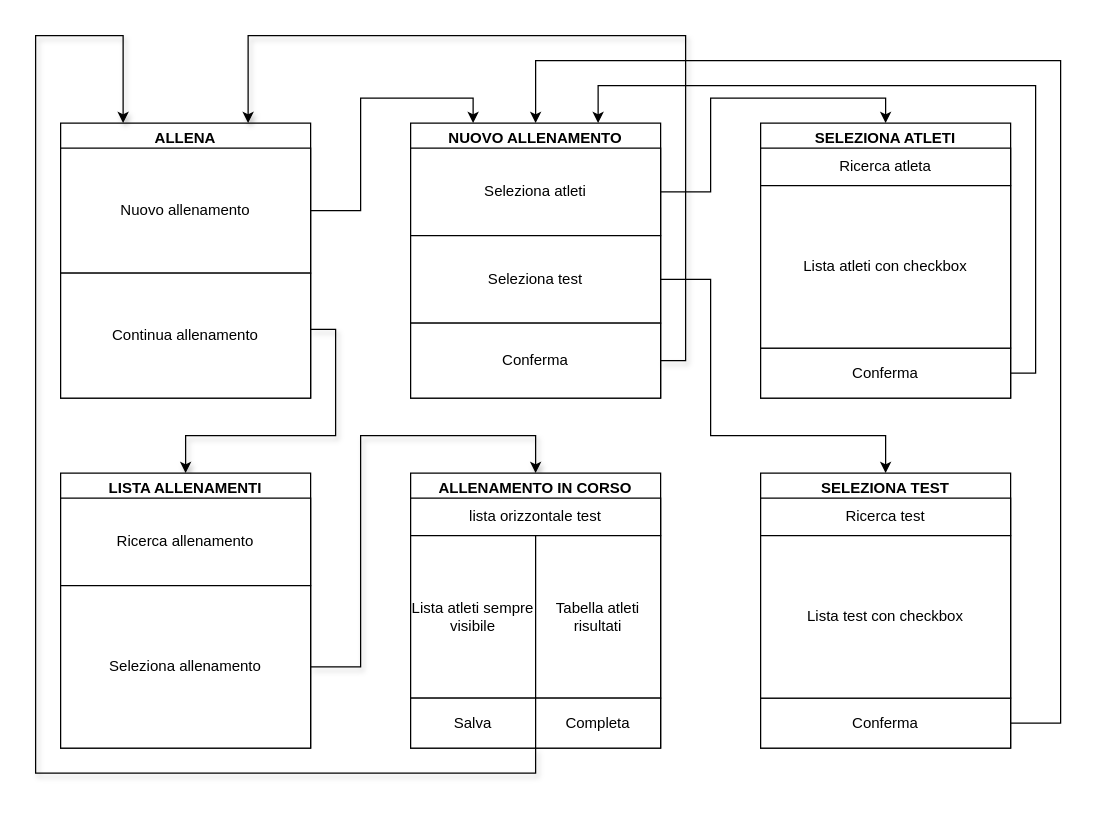
This is page "Allena" (1 of 2) of docs/layouts.drawio from Chicco94/gestione-atleti, a draw.io file, before an edit. Source tidied: cells renumbered, new cells numbered last; positions are measured from the earlier drawing's top-left corner, leaving out a move shared by most shapes. Both pictures are drawn from the tidied source at 125%, with x=0, y=0 at pixel (35, 35).
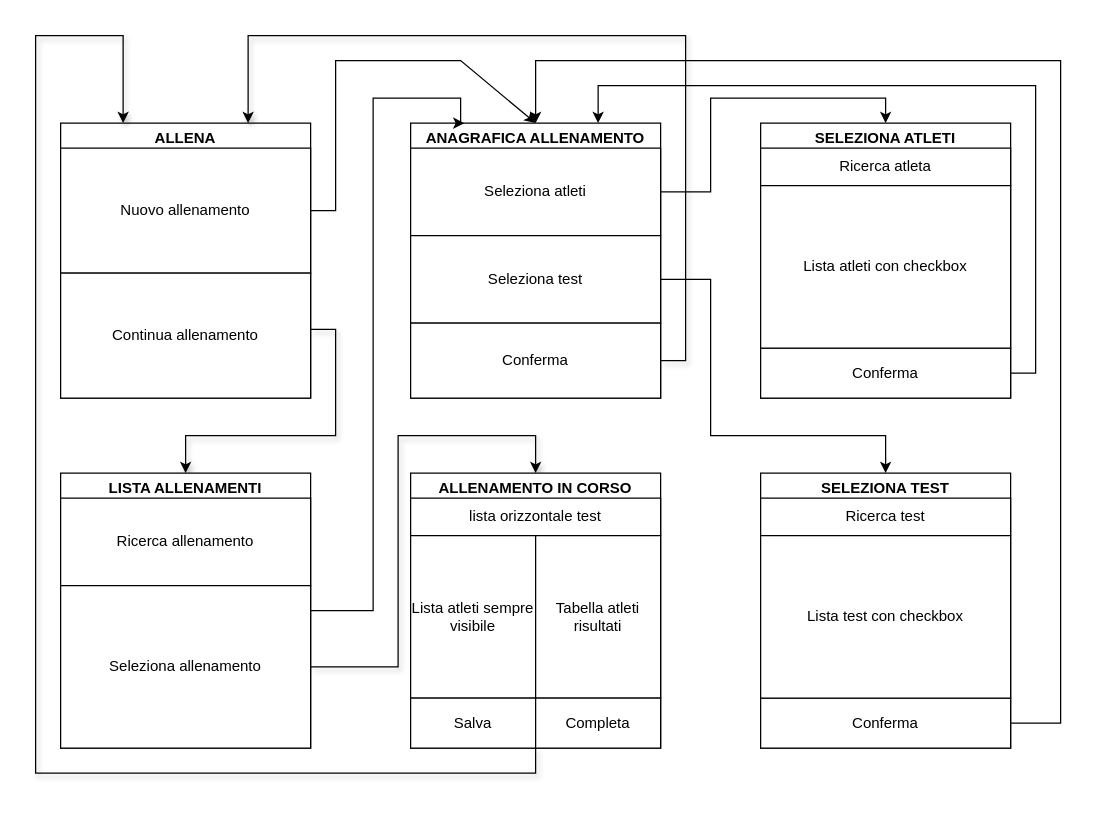
After the change.

Unchanged cells that the change refers to:
```xml
<mxCell id="5" value="Nuovo allenamento" style="rounded=0;whiteSpace=wrap;html=1;" parent="4" vertex="1">
  <mxGeometry y="20" width="200" height="100" as="geometry" />
</mxCell>
<mxCell id="26" value="ALLENAMENTO IN CORSO" style="swimlane;" parent="1" vertex="1">
  <mxGeometry x="300" y="350" width="200" height="220" as="geometry" />
</mxCell>
<mxCell id="32" value="LISTA ALLENAMENTI" style="swimlane;" parent="1" vertex="1">
  <mxGeometry x="20" y="350" width="200" height="220" as="geometry" />
</mxCell>
<mxCell id="34" value="Seleziona allenamento" style="rounded=0;whiteSpace=wrap;html=1;" parent="32" vertex="1">
  <mxGeometry y="90" width="200" height="130" as="geometry" />
</mxCell>
```

What changed in the source:
```diff
@@
     <mxCell id="2" style="edgeStyle=orthogonalEdgeStyle;rounded=0;sketch=0;jettySize=auto;html=1;exitX=1;exitY=0.5;exitDx=0;exitDy=0;entryX=0.5;entryY=0;entryDx=0;entryDy=0;shadow=1;" parent="1" edge="1" source="34" target="26">
       <mxGeometry relative="1" as="geometry">
         <Array as="points">
-          <mxPoint x="260" y="505" />
-          <mxPoint x="260" y="320" />
+          <mxPoint x="290" y="505" />
+          <mxPoint x="290" y="320" />
           <mxPoint x="400" y="320" />
         </Array>
       </mxGeometry>
     </mxCell>
@@
-    <mxCell id="7" value="NUOVO ALLENAMENTO" style="swimlane;" parent="1" vertex="1">
+    <mxCell id="7" value="ANAGRAFICA ALLENAMENTO" style="swimlane;" parent="1" vertex="1">
       <mxGeometry x="300" y="70" width="200" height="220" as="geometry" />
     </mxCell>
@@
-    <mxCell id="11" style="endArrow=classic;html=1;exitX=1;exitY=0.5;exitDx=0;exitDy=0;entryX=0.25;entryY=0;entryDx=0;entryDy=0;rounded=0;sketch=0;shadow=0;" parent="1" edge="1" source="5" target="7">
+    <mxCell id="11" style="endArrow=classic;html=1;exitX=1;exitY=0.5;exitDx=0;exitDy=0;entryX=0.5;entryY=0;entryDx=0;entryDy=0;rounded=0;sketch=0;shadow=0;" parent="1" edge="1" source="5" target="7">
       <mxGeometry relative="1" as="geometry">
         <Array as="points">
-          <mxPoint x="260" y="140" />
-          <mxPoint x="260" y="50" />
-          <mxPoint x="350" y="50" />
+          <mxPoint x="240" y="140" />
+          <mxPoint x="240" y="20" />
+          <mxPoint x="340" y="20" />
         </Array>
       </mxGeometry>
     </mxCell>
@@
+    <mxCell id="35" style="edgeStyle=orthogonalEdgeStyle;rounded=0;jettySize=auto;html=1;exitX=1;exitY=0.5;exitDx=0;exitDy=0;entryX=0.215;entryY=0;entryDx=0;entryDy=0;entryPerimeter=0;" parent="1" edge="1" source="32" target="7">
+      <mxGeometry relative="1" as="geometry">
+        <Array as="points">
+          <mxPoint x="270" y="460" />
+          <mxPoint x="270" y="50" />
+          <mxPoint x="340" y="50" />
+          <mxPoint x="340" y="70" />
+        </Array>
+      </mxGeometry>
+    </mxCell>
```
